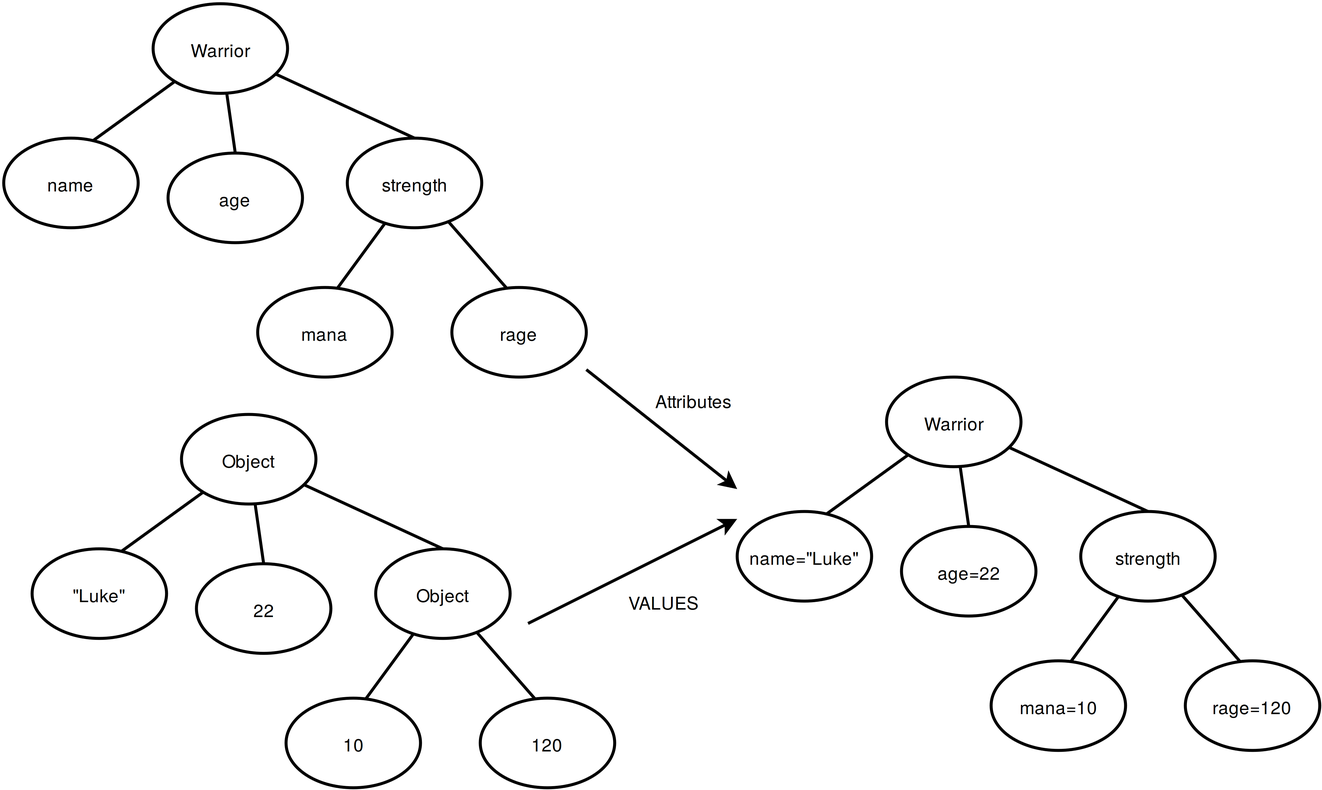
itachiviktor/tdkdolgozat keeps this draw.io diagram as images/InsertTreeBuilder.png. Above is the earlier version. Source tidied: cells renumbered, new cells last; positions are measured from the earlier drawing's top-left corner, leaving out a move shared by most shapes.
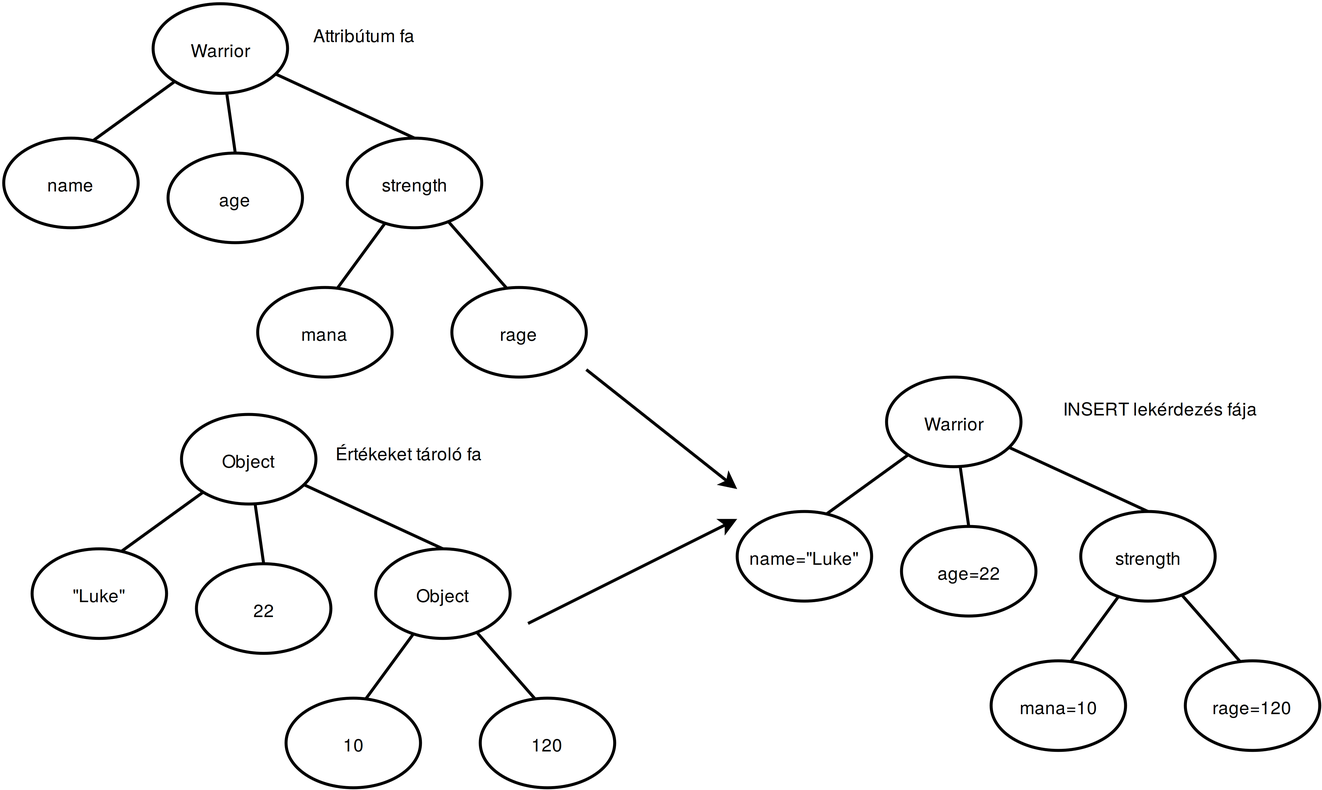
After the change.

Commit message:
fekete teglalapok a kepek mellol kiszedve

The edit, as a diff of the source:
```diff
@@ -113,11 +113,14 @@
         <mxPoint x="491" y="345" as="targetPoint" />
       </mxGeometry>
     </mxCell>
-    <mxCell id="37" value="VALUES" style="text;html=1;strokeColor=none;fillColor=none;align=center;verticalAlign=middle;whiteSpace=wrap;" parent="1" vertex="1">
-      <mxGeometry x="421" y="390" width="40" height="20" as="geometry" />
+    <mxCell id="37" value="Értékeket tároló fa&lt;br&gt;" style="text;html=1;strokeColor=none;fillColor=none;align=center;verticalAlign=middle;whiteSpace=wrap;" parent="1" vertex="1">
+      <mxGeometry x="220" y="290" width="101" height="20" as="geometry" />
     </mxCell>
-    <mxCell id="38" value="Attributes" style="text;html=1;strokeColor=none;fillColor=none;align=center;verticalAlign=middle;whiteSpace=wrap;" parent="1" vertex="1">
-      <mxGeometry x="441" y="255" width="40" height="20" as="geometry" />
+    <mxCell id="38" value="Attribútum fa&lt;br&gt;" style="text;html=1;strokeColor=none;fillColor=none;align=center;verticalAlign=middle;whiteSpace=wrap;" parent="1" vertex="1">
+      <mxGeometry x="200" y="10" width="81" height="20" as="geometry" />
     </mxCell>
+    <mxCell id="39" value="INSERT lekérdezés fája &lt;br&gt;" style="text;html=1;strokeColor=none;fillColor=none;align=center;verticalAlign=middle;whiteSpace=wrap;" parent="1" vertex="1">
+      <mxGeometry x="697" y="260" width="154" height="20" as="geometry" />
+    </mxCell>
   </root>
 </mxGraphModel>
```
